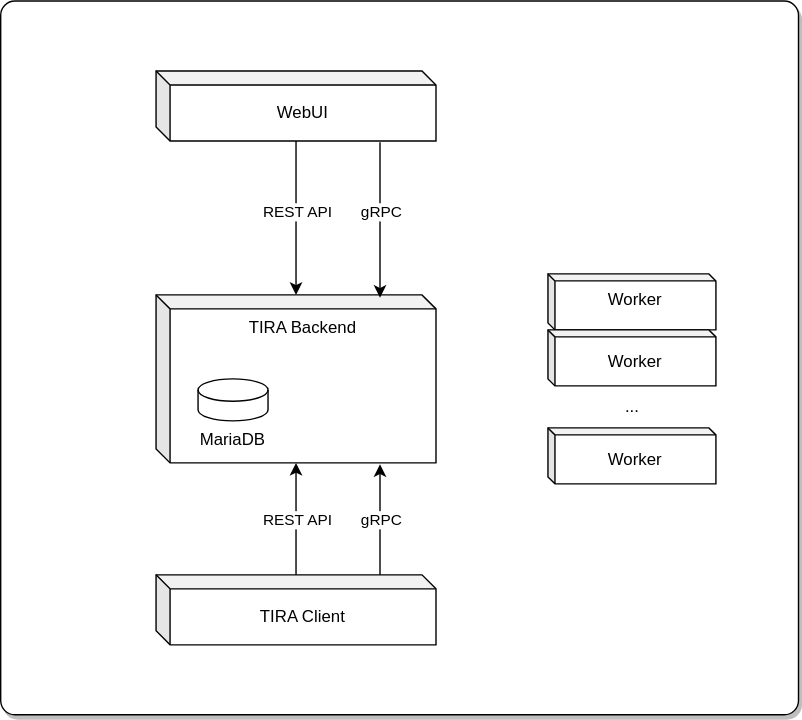
Before: python-client/sphinx/development/specification/architecture.dio.svg, a diagram exported from draw.io (tira-io/tira). Source tidied: cells renumbered, new cells last; positions are measured from the earlier drawing's top-left corner, leaving out a move shared by most shapes.
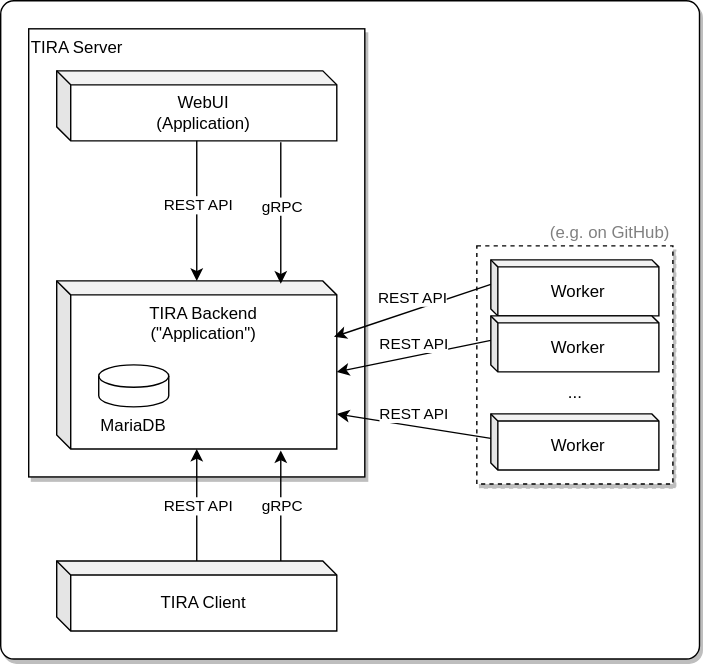
After the commit.

Commit message:
Elaborated rest api

Change to the diagram source:
```diff
@@ -3,13 +3,19 @@
     <mxCell id="0" />
     <mxCell id="1" parent="0" />
     <mxCell id="2" style="rounded=1;whiteSpace=wrap;html=1;arcSize=2;strokeColor=default;shadow=1;fillColor=default;" parent="1" vertex="1">
-      <mxGeometry width="570" height="510" as="geometry" />
+      <mxGeometry x="71" y="10" width="499" height="470" as="geometry" />
     </mxCell>
+    <mxCell id="19" value="&lt;font color=&quot;#808080&quot;&gt;(e.g. on GitHub)&lt;/font&gt;" style="rounded=0;whiteSpace=wrap;html=1;shadow=1;sketch=0;strokeColor=default;fillColor=default;align=right;verticalAlign=bottom;dashed=1;horizontal=1;labelPosition=center;verticalLabelPosition=top;" parent="1" vertex="1">
+      <mxGeometry x="411" y="185" width="140" height="170" as="geometry" />
+    </mxCell>
+    <mxCell id="20" value="TIRA Server" style="rounded=0;whiteSpace=wrap;html=1;shadow=1;sketch=0;strokeColor=default;fillColor=default;verticalAlign=top;align=left;spacing=2;spacingLeft=0;" parent="1" vertex="1">
+      <mxGeometry x="91" y="30" width="240" height="320" as="geometry" />
+    </mxCell>
-    <mxCell id="3" value="TIRA Backend" style="shape=cube;whiteSpace=wrap;html=1;boundedLbl=1;backgroundOutline=1;darkOpacity=0.05;darkOpacity2=0.1;size=10;verticalAlign=top;align=center;" parent="1" vertex="1">
+    <mxCell id="3" value="TIRA Backend&lt;br&gt;(&quot;Application&quot;)" style="shape=cube;whiteSpace=wrap;html=1;boundedLbl=1;backgroundOutline=1;darkOpacity=0.05;darkOpacity2=0.1;size=10;verticalAlign=top;align=center;" parent="1" vertex="1">
       <mxGeometry x="111" y="210" width="200" height="120" as="geometry" />
     </mxCell>
-    <mxCell id="4" value="WebUI" style="shape=cube;whiteSpace=wrap;html=1;boundedLbl=1;backgroundOutline=1;darkOpacity=0.05;darkOpacity2=0.1;size=10;" parent="1" vertex="1">
-      <mxGeometry x="111" y="50" width="200" height="50" as="geometry" />
+    <mxCell id="4" value="WebUI&lt;br&gt;(Application)" style="shape=cube;whiteSpace=wrap;html=1;boundedLbl=1;backgroundOutline=1;darkOpacity=0.05;darkOpacity2=0.1;size=10;" parent="1" vertex="1">
+      <mxGeometry x="111" y="60" width="200" height="50" as="geometry" />
     </mxCell>
     <mxCell id="5" style="endArrow=classic;html=1;" parent="1" edge="1" source="4" target="3">
       <mxGeometry relative="1" as="geometry" />
@@ -22,17 +28,17 @@
     <mxCell id="7" value="MariaDB" style="shape=cylinder3;whiteSpace=wrap;html=1;boundedLbl=1;backgroundOutline=1;size=8;verticalAlign=top;labelPosition=center;verticalLabelPosition=bottom;align=center;" parent="1" vertex="1">
       <mxGeometry x="141" y="270" width="50" height="30" as="geometry" />
     </mxCell>
-    <mxCell id="8" value="Worker" style="shape=cube;whiteSpace=wrap;html=1;boundedLbl=1;backgroundOutline=1;darkOpacity=0.05;darkOpacity2=0.1;size=5;verticalAlign=top;" parent="1" vertex="1">
-      <mxGeometry x="391" y="195" width="120" height="40" as="geometry" />
+    <mxCell id="8" value="Worker" style="shape=cube;whiteSpace=wrap;html=1;boundedLbl=1;backgroundOutline=1;darkOpacity=0.05;darkOpacity2=0.1;size=5;verticalAlign=middle;" parent="1" vertex="1">
+      <mxGeometry x="421" y="195" width="120" height="40" as="geometry" />
     </mxCell>
     <mxCell id="9" value="Worker" style="shape=cube;whiteSpace=wrap;html=1;boundedLbl=1;backgroundOutline=1;darkOpacity=0.05;darkOpacity2=0.1;size=5;" parent="1" vertex="1">
-      <mxGeometry x="391" y="235" width="120" height="40" as="geometry" />
+      <mxGeometry x="421" y="235" width="120" height="40" as="geometry" />
     </mxCell>
     <mxCell id="10" value="Worker" style="shape=cube;whiteSpace=wrap;html=1;boundedLbl=1;backgroundOutline=1;darkOpacity=0.05;darkOpacity2=0.1;size=5;" parent="1" vertex="1">
-      <mxGeometry x="391" y="305" width="120" height="40" as="geometry" />
+      <mxGeometry x="421" y="305" width="120" height="40" as="geometry" />
     </mxCell>
     <mxCell id="11" value="..." style="text;html=1;align=center;verticalAlign=middle;strokeColor=none;fillColor=none;" parent="1" vertex="1">
-      <mxGeometry x="436" y="275" width="30" height="30" as="geometry" />
+      <mxGeometry x="466" y="275" width="30" height="30" as="geometry" />
     </mxCell>
     <mxCell id="12" value="TIRA Client" style="shape=cube;whiteSpace=wrap;html=1;boundedLbl=1;backgroundOutline=1;darkOpacity=0.05;darkOpacity2=0.1;size=10;" parent="1" vertex="1">
       <mxGeometry x="111" y="410" width="200" height="50" as="geometry" />
@@ -63,5 +69,14 @@
         <mxPoint y="-11" as="offset" />
       </mxGeometry>
     </mxCell>
+    <mxCell id="21" value="&lt;font color=&quot;#000000&quot;&gt;REST API&lt;/font&gt;" style="edgeStyle=none;html=1;fontColor=#808080;exitX=0;exitY=0;exitDx=0;exitDy=17.5;verticalAlign=bottom;exitPerimeter=0;entryX=0.99;entryY=0.333;entryDx=0;entryDy=0;entryPerimeter=0;" parent="1" edge="1" source="8" target="3">
+      <mxGeometry relative="1" as="geometry" />
+    </mxCell>
+    <mxCell id="22" value="&lt;font color=&quot;#000000&quot;&gt;REST API&lt;/font&gt;" style="edgeStyle=none;html=1;fontColor=#808080;exitX=0;exitY=0;exitDx=0;exitDy=17.5;verticalAlign=bottom;exitPerimeter=0;entryX=0;entryY=0;entryDx=200;entryDy=65;entryPerimeter=0;" parent="1" edge="1" source="9" target="3">
+      <mxGeometry relative="1" as="geometry" />
+    </mxCell>
+    <mxCell id="23" value="&lt;font color=&quot;#000000&quot;&gt;REST API&lt;/font&gt;" style="edgeStyle=none;html=1;fontColor=#808080;exitX=0;exitY=0;exitDx=0;exitDy=17.5;verticalAlign=bottom;exitPerimeter=0;entryX=1;entryY=0.792;entryDx=0;entryDy=0;entryPerimeter=0;" parent="1" edge="1" source="10" target="3">
+      <mxGeometry relative="1" as="geometry" />
+    </mxCell>
   </root>
 </mxGraphModel>
```
